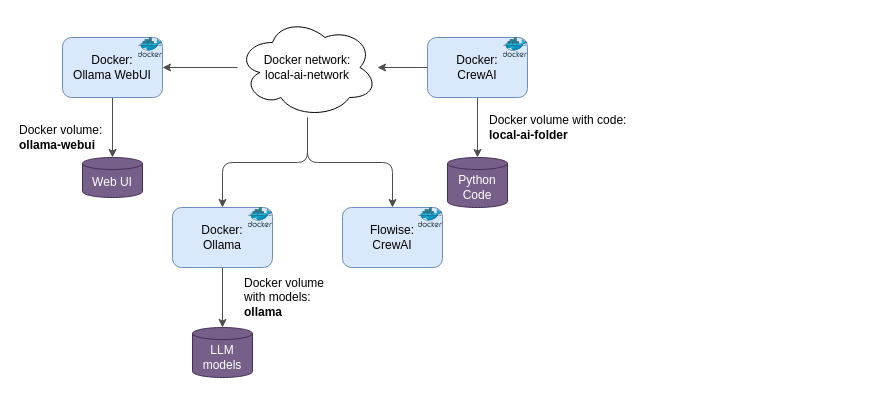
Earlier version of the draw.io diagram docs/overview.drawio (miman/docker-local-ai). Source tidied: cells renumbered, new cells numbered last; positions are measured from the earlier drawing's top-left corner, leaving out a move shared by most shapes. Both pictures are drawn from the tidied source at 100%, with x=0, y=0 at pixel (17, 17).
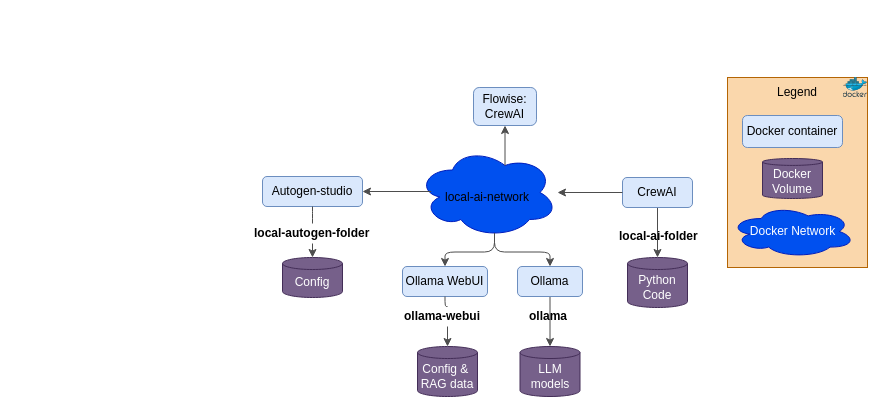
The same diagram, later.

Diff of the diagram source:
```diff
@@
+    <mxCell id="27" style="rounded=0;whiteSpace=wrap;html=1;fillColor=#fad7ac;strokeColor=#b46504;" parent="1" vertex="1">
+      <mxGeometry x="710" y="60" width="140" height="190" as="geometry" />
+    </mxCell>
@@
-    <mxCell id="3" value="Docker:&lt;br&gt;Ollama" style="rounded=1;whiteSpace=wrap;html=1;fillColor=#dae8fc;strokeColor=#6c8ebf;fontColor=#000000;" parent="1" vertex="1">
-      <mxGeometry x="155" y="190" width="100" height="60" as="geometry" />
+    <mxCell id="3" value="Ollama" style="rounded=1;whiteSpace=wrap;html=1;fillColor=#dae8fc;strokeColor=#6c8ebf;fontColor=#000000;" parent="1" vertex="1">
+      <mxGeometry x="500" y="249" width="65" height="30" as="geometry" />
     </mxCell>
@@
-    <mxCell id="5" style="edgeStyle=orthogonalEdgeStyle;html=1;strokeColor=#4D4D4D;labelBackgroundColor=none;fontColor=#000000;" parent="1" edge="1" source="10" target="3">
+    <mxCell id="5" style="edgeStyle=orthogonalEdgeStyle;html=1;strokeColor=#4D4D4D;labelBackgroundColor=none;fontColor=#000000;exitX=0.55;exitY=0.95;exitDx=0;exitDy=0;exitPerimeter=0;" parent="1" edge="1" source="10" target="3">
       <mxGeometry y="-10" relative="1" as="geometry" />
     </mxCell>
-    <mxCell id="6" value="Docker:&lt;br&gt;CrewAI" style="rounded=1;whiteSpace=wrap;html=1;fillColor=#dae8fc;strokeColor=#6c8ebf;fontColor=#000000;" parent="1" vertex="1">
-      <mxGeometry x="410" y="20" width="100" height="60" as="geometry" />
+    <mxCell id="6" value="CrewAI" style="rounded=1;whiteSpace=wrap;html=1;fillColor=#dae8fc;strokeColor=#6c8ebf;fontColor=#000000;" parent="1" vertex="1">
+      <mxGeometry x="605" y="160" width="70" height="30" as="geometry" />
     </mxCell>
     <mxCell id="7" value="Python Code" style="shape=cylinder3;whiteSpace=wrap;html=1;boundedLbl=1;backgroundOutline=1;size=6.010398864746094;fillColor=#76608a;fontColor=#ffffff;strokeColor=#432D57;" parent="1" vertex="1">
-      <mxGeometry x="430" y="140" width="60" height="50" as="geometry" />
+      <mxGeometry x="610" y="240" width="60" height="50" as="geometry" />
     </mxCell>
     <mxCell id="8" value="LLM models" style="shape=cylinder3;whiteSpace=wrap;html=1;boundedLbl=1;backgroundOutline=1;size=6.010398864746094;fillColor=#76608a;fontColor=#ffffff;strokeColor=#432D57;" parent="1" vertex="1">
-      <mxGeometry x="175" y="310" width="60" height="50" as="geometry" />
+      <mxGeometry x="502.5" y="329" width="60" height="50" as="geometry" />
     </mxCell>
-    <mxCell id="9" value="Docker volume with code:&lt;br&gt;&lt;b&gt;local-ai-folder&lt;/b&gt;" style="text;html=1;strokeColor=none;fillColor=none;align=left;verticalAlign=middle;whiteSpace=wrap;rounded=0;fontColor=#000000;" parent="1" vertex="1">
-      <mxGeometry x="470" y="100" width="140" height="20" as="geometry" />
+    <mxCell id="9" value="&lt;b&gt;local-ai-folder&lt;/b&gt;" style="text;html=1;strokeColor=none;fillColor=none;align=left;verticalAlign=middle;whiteSpace=wrap;rounded=0;fontColor=#000000;" parent="1" vertex="1">
+      <mxGeometry x="600" y="209" width="100" height="20" as="geometry" />
     </mxCell>
-    <mxCell id="10" style="ellipse;shape=cloud;whiteSpace=wrap;html=1;align=left;" parent="1" vertex="1">
-      <mxGeometry x="220" width="140" height="100" as="geometry" />
+    <mxCell id="10" style="ellipse;shape=cloud;whiteSpace=wrap;html=1;align=left;fillColor=#0050ef;fontColor=#ffffff;strokeColor=#001DBC;" parent="1" vertex="1">
+      <mxGeometry x="400" y="130" width="140" height="90" as="geometry" />
     </mxCell>
@@
-    <mxCell id="12" value="Docker network:&lt;br&gt;local-ai-network&lt;br&gt;" style="text;html=1;strokeColor=none;fillColor=none;align=center;verticalAlign=middle;whiteSpace=wrap;rounded=0;" parent="1" vertex="1">
-      <mxGeometry x="240" y="40" width="100" height="20" as="geometry" />
+    <mxCell id="12" value="local-ai-network" style="text;html=1;strokeColor=none;fillColor=none;align=center;verticalAlign=middle;whiteSpace=wrap;rounded=0;" parent="1" vertex="1">
+      <mxGeometry x="420" y="170" width="100" height="20" as="geometry" />
     </mxCell>
-    <mxCell id="13" value="Docker volume:&lt;br&gt;&lt;b&gt;ollama-webui&lt;/b&gt;" style="text;html=1;strokeColor=none;fillColor=none;align=left;verticalAlign=middle;whiteSpace=wrap;rounded=0;fontColor=#000000;" parent="1" vertex="1">
-      <mxGeometry y="110" width="90" height="20" as="geometry" />
-    </mxCell>
     <mxCell id="14" style="edgeStyle=orthogonalEdgeStyle;rounded=0;orthogonalLoop=1;jettySize=auto;html=1;exitX=0.5;exitY=1;exitDx=0;exitDy=0;" parent="1" edge="1">
       <mxGeometry relative="1" as="geometry">
-        <mxPoint x="140" y="290" as="sourcePoint" />
-        <mxPoint x="140" y="290" as="targetPoint" />
+        <mxPoint x="485" y="349" as="sourcePoint" />
+        <mxPoint x="485" y="349" as="targetPoint" />
       </mxGeometry>
     </mxCell>
-    <mxCell id="15" style="sketch=0;html=1;align=center;image;fontSize=12;image=img/lib/mscae/Docker.svg;fontColor=#000000;" parent="1" vertex="1">
-      <mxGeometry x="230.6" y="190" width="24.4" height="20" as="geometry" />
-    </mxCell>
-    <mxCell id="16" style="sketch=0;html=1;align=center;image;fontSize=12;image=img/lib/mscae/Docker.svg;fontColor=#000000;" parent="1" vertex="1">
-      <mxGeometry x="485.6" y="20" width="24.4" height="20" as="geometry" />
-    </mxCell>
-    <mxCell id="17" style="edgeStyle=orthogonalEdgeStyle;html=1;entryX=0.5;entryY=0;entryDx=0;entryDy=0;entryPerimeter=0;strokeColor=#4D4D4D;" parent="1" edge="1" source="18" target="19">
+    <mxCell id="17" style="edgeStyle=orthogonalEdgeStyle;html=1;entryX=0.5;entryY=0;entryDx=0;entryDy=0;entryPerimeter=0;strokeColor=#4D4D4D;startArrow=none;" parent="1" edge="1" source="13" target="19">
       <mxGeometry relative="1" as="geometry" />
     </mxCell>
-    <mxCell id="18" value="Docker:&lt;br&gt;Ollama WebUI" style="rounded=1;whiteSpace=wrap;html=1;fillColor=#dae8fc;strokeColor=#6c8ebf;fontColor=#000000;" parent="1" vertex="1">
-      <mxGeometry x="45" y="20" width="100" height="60" as="geometry" />
+    <mxCell id="18" value="Ollama WebUI" style="rounded=1;whiteSpace=wrap;html=1;fillColor=#dae8fc;strokeColor=#6c8ebf;fontColor=#000000;" parent="1" vertex="1">
+      <mxGeometry x="385" y="249" width="85" height="30" as="geometry" />
     </mxCell>
-    <mxCell id="19" value="Web UI" style="shape=cylinder3;whiteSpace=wrap;html=1;boundedLbl=1;backgroundOutline=1;size=6.010398864746094;fillColor=#76608a;fontColor=#ffffff;strokeColor=#432D57;" parent="1" vertex="1">
-      <mxGeometry x="65" y="140" width="60" height="40" as="geometry" />
+    <mxCell id="19" value="Config &amp;amp;&amp;nbsp;&lt;br&gt;RAG&amp;nbsp;data" style="shape=cylinder3;whiteSpace=wrap;html=1;boundedLbl=1;backgroundOutline=1;size=6.010398864746094;fillColor=#76608a;fontColor=#ffffff;strokeColor=#432D57;" parent="1" vertex="1">
+      <mxGeometry x="400" y="329" width="60" height="50" as="geometry" />
     </mxCell>
-    <mxCell id="20" value="Docker volume with models:&lt;br&gt;&lt;b&gt;ollama&lt;/b&gt;" style="text;html=1;strokeColor=none;fillColor=none;align=left;verticalAlign=middle;whiteSpace=wrap;rounded=0;fontColor=#000000;" parent="1" vertex="1">
-      <mxGeometry x="225" y="270" width="90" height="20" as="geometry" />
+    <mxCell id="20" value="&lt;b&gt;ollama&lt;/b&gt;" style="text;html=1;strokeColor=none;fillColor=none;align=left;verticalAlign=middle;whiteSpace=wrap;rounded=0;fontColor=#000000;" parent="1" vertex="1">
+      <mxGeometry x="510" y="289" width="55" height="20" as="geometry" />
     </mxCell>
     <mxCell id="21" style="edgeStyle=orthogonalEdgeStyle;rounded=0;orthogonalLoop=1;jettySize=auto;html=1;exitX=0.5;exitY=1;exitDx=0;exitDy=0;" parent="1" edge="1">
       <mxGeometry relative="1" as="geometry">
-        <mxPoint x="30" y="120" as="sourcePoint" />
-        <mxPoint x="30" y="120" as="targetPoint" />
+        <mxPoint x="355" y="349" as="sourcePoint" />
+        <mxPoint x="355" y="349" as="targetPoint" />
       </mxGeometry>
     </mxCell>
-    <mxCell id="22" style="sketch=0;html=1;align=center;image;fontSize=12;image=img/lib/mscae/Docker.svg;fontColor=#000000;" parent="1" vertex="1">
-      <mxGeometry x="120.6" y="20" width="24.4" height="20" as="geometry" />
-    </mxCell>
-    <mxCell id="23" style="edgeStyle=orthogonalEdgeStyle;html=1;strokeColor=#4D4D4D;" parent="1" edge="1" source="10" target="18">
+    <mxCell id="23" style="edgeStyle=orthogonalEdgeStyle;html=1;strokeColor=#4D4D4D;exitX=0.55;exitY=0.95;exitDx=0;exitDy=0;exitPerimeter=0;" parent="1" edge="1" source="10" target="18">
       <mxGeometry relative="1" as="geometry" />
     </mxCell>
-    <mxCell id="24" style="edgeStyle=orthogonalEdgeStyle;html=1;strokeColor=#4D4D4D;labelBackgroundColor=none;fontColor=#000000;" parent="1" edge="1" source="10" target="25">
+    <mxCell id="24" style="edgeStyle=orthogonalEdgeStyle;html=1;strokeColor=#4D4D4D;labelBackgroundColor=none;fontColor=#000000;exitX=0.625;exitY=0.2;exitDx=0;exitDy=0;exitPerimeter=0;" parent="1" edge="1" source="10" target="25">
       <mxGeometry y="40" relative="1" as="geometry" />
     </mxCell>
     <mxCell id="25" value="Flowise:&lt;br&gt;CrewAI" style="rounded=1;whiteSpace=wrap;html=1;fillColor=#dae8fc;strokeColor=#6c8ebf;fontColor=#000000;" parent="1" vertex="1">
-      <mxGeometry x="325" y="190" width="100" height="60" as="geometry" />
+      <mxGeometry x="456" y="70" width="63" height="38" as="geometry" />
     </mxCell>
-    <mxCell id="26" style="sketch=0;html=1;align=center;image;fontSize=12;image=img/lib/mscae/Docker.svg;fontColor=#000000;" parent="1" vertex="1">
-      <mxGeometry x="400.6" y="190" width="24.4" height="20" as="geometry" />
-    </mxCell>
+    <mxCell id="28" style="edgeStyle=orthogonalEdgeStyle;html=1;entryX=0.5;entryY=0;entryDx=0;entryDy=0;entryPerimeter=0;strokeColor=#4D4D4D;startArrow=none;" parent="1" edge="1" source="39" target="30">
+      <mxGeometry relative="1" as="geometry" />
+    </mxCell>
+    <mxCell id="29" value="Autogen-studio" style="rounded=1;whiteSpace=wrap;html=1;fillColor=#dae8fc;strokeColor=#6c8ebf;fontColor=#000000;" parent="1" vertex="1">
+      <mxGeometry x="245" y="159" width="100" height="30" as="geometry" />
+    </mxCell>
+    <mxCell id="30" value="Config" style="shape=cylinder3;whiteSpace=wrap;html=1;boundedLbl=1;backgroundOutline=1;size=6.010398864746094;fillColor=#76608a;fontColor=#ffffff;strokeColor=#432D57;" parent="1" vertex="1">
+      <mxGeometry x="265" y="240" width="60" height="40" as="geometry" />
+    </mxCell>
+    <mxCell id="31" style="edgeStyle=orthogonalEdgeStyle;rounded=0;orthogonalLoop=1;jettySize=auto;html=1;exitX=0.5;exitY=1;exitDx=0;exitDy=0;" parent="1" edge="1">
+      <mxGeometry relative="1" as="geometry">
+        <mxPoint x="230" y="249" as="sourcePoint" />
+        <mxPoint x="230" y="249" as="targetPoint" />
+      </mxGeometry>
+    </mxCell>
+    <mxCell id="32" style="edgeStyle=orthogonalEdgeStyle;html=1;strokeColor=#4D4D4D;exitX=0.098;exitY=0.489;exitDx=0;exitDy=0;exitPerimeter=0;" parent="1" edge="1" source="10" target="29">
+      <mxGeometry relative="1" as="geometry" />
+    </mxCell>
+    <mxCell id="33" value="Docker container" style="rounded=1;whiteSpace=wrap;html=1;fillColor=#dae8fc;strokeColor=#6c8ebf;fontColor=#000000;" parent="1" vertex="1">
+      <mxGeometry x="725" y="98" width="100" height="32" as="geometry" />
+    </mxCell>
+    <mxCell id="34" value="Docker Volume" style="shape=cylinder3;whiteSpace=wrap;html=1;boundedLbl=1;backgroundOutline=1;size=3.4547958374023438;fillColor=#76608a;fontColor=#ffffff;strokeColor=#432D57;" parent="1" vertex="1">
+      <mxGeometry x="745" y="141" width="60" height="40" as="geometry" />
+    </mxCell>
+    <mxCell id="35" style="edgeStyle=orthogonalEdgeStyle;rounded=0;orthogonalLoop=1;jettySize=auto;html=1;exitX=0.5;exitY=1;exitDx=0;exitDy=0;" parent="1" edge="1">
+      <mxGeometry relative="1" as="geometry">
+        <mxPoint x="710" y="141" as="sourcePoint" />
+        <mxPoint x="710" y="141" as="targetPoint" />
+      </mxGeometry>
+    </mxCell>
+    <mxCell id="36" style="sketch=0;html=1;align=center;image;fontSize=12;image=img/lib/mscae/Docker.svg;fontColor=#000000;" parent="1" vertex="1">
+      <mxGeometry x="825.6" y="60" width="24.4" height="20" as="geometry" />
+    </mxCell>
+    <mxCell id="37" value="Docker Network" style="ellipse;shape=cloud;whiteSpace=wrap;html=1;align=center;fillColor=#0050ef;fontColor=#ffffff;strokeColor=#001DBC;" parent="1" vertex="1">
+      <mxGeometry x="712.5" y="188" width="125" height="52" as="geometry" />
+    </mxCell>
+    <mxCell id="38" style="edgeStyle=orthogonalEdgeStyle;html=1;entryX=0.5;entryY=0;entryDx=0;entryDy=0;entryPerimeter=0;strokeColor=#4D4D4D;endArrow=none;" parent="1" edge="1" source="29" target="39">
+      <mxGeometry relative="1" as="geometry" />
+    </mxCell>
+    <mxCell id="39" value="&lt;b&gt;local-autogen-folder&lt;/b&gt;" style="text;html=1;strokeColor=none;fillColor=none;align=left;verticalAlign=middle;whiteSpace=wrap;rounded=0;fontColor=#000000;" parent="1" vertex="1">
+      <mxGeometry x="235" y="206" width="120" height="20" as="geometry" />
+    </mxCell>
+    <mxCell id="40" style="edgeStyle=orthogonalEdgeStyle;html=1;entryX=0.5;entryY=0;entryDx=0;entryDy=0;entryPerimeter=0;strokeColor=#4D4D4D;endArrow=none;" parent="1" edge="1" source="18" target="13">
+      <mxGeometry relative="1" as="geometry" />
+    </mxCell>
+    <mxCell id="13" value="&lt;b&gt;ollama-webui&lt;/b&gt;" style="text;html=1;strokeColor=none;fillColor=none;align=left;verticalAlign=middle;whiteSpace=wrap;rounded=0;fontColor=#000000;" parent="1" vertex="1">
+      <mxGeometry x="385" y="289" width="90" height="20" as="geometry" />
+    </mxCell>
+    <mxCell id="41" value="Legend" style="text;html=1;strokeColor=none;fillColor=none;align=center;verticalAlign=middle;whiteSpace=wrap;rounded=0;fontColor=#000000;" parent="1" vertex="1">
+      <mxGeometry x="750" y="60" width="60" height="30" as="geometry" />
+    </mxCell>
```
